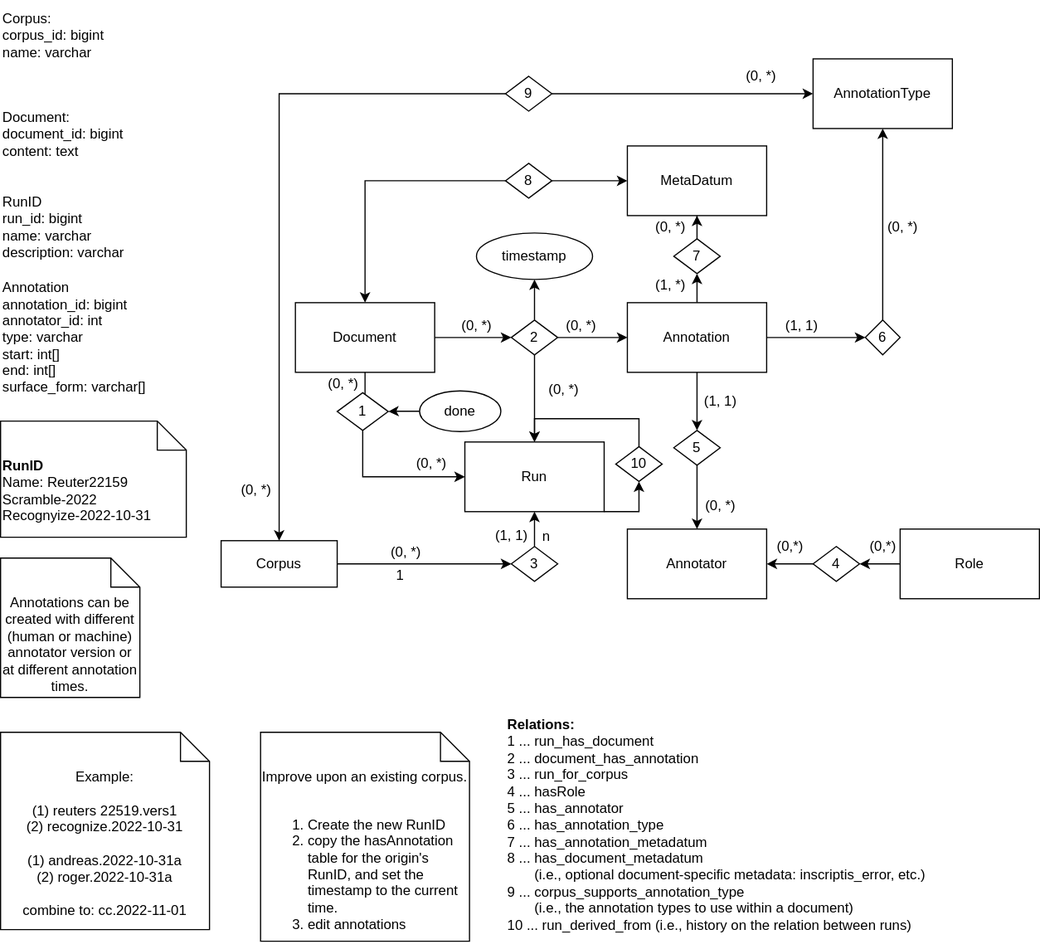
Earlier version of the draw.io export docu/sql/Orbis ER.drawio.svg (orbis-eval/orbis2-backend). Source tidied: cells renumbered, new cells last; positions are measured from the earlier drawing's top-left corner, leaving out a move shared by most shapes.
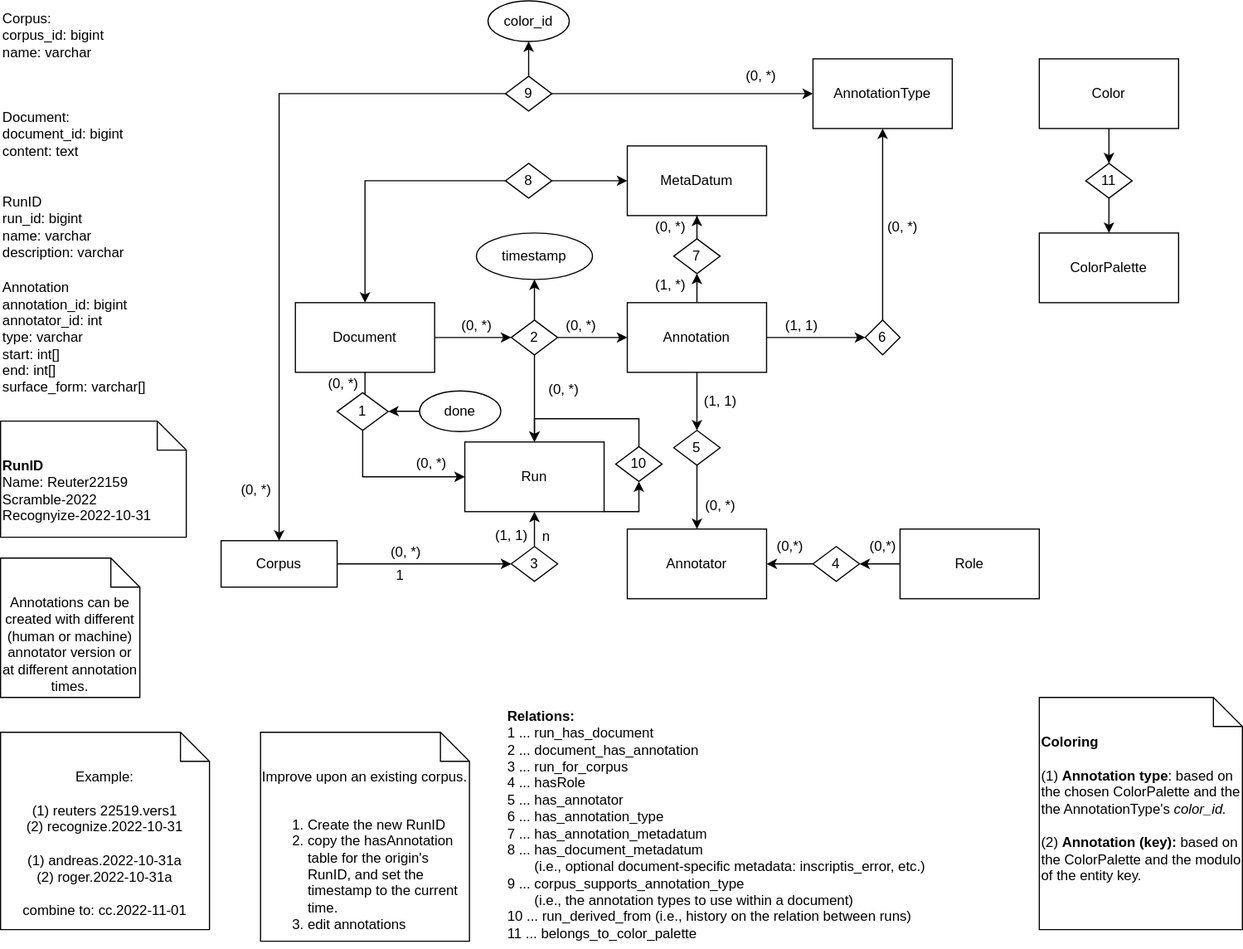
After the change.

Commit message:
wip: support for colors and color palettes

The edit, as a diff of the source:
```diff
@@ -62,8 +62,8 @@
     <mxCell id="21" value="Annotations can be created with different (human or machine) annotator version or at different annotation times." style="shape=note2;boundedLbl=1;whiteSpace=wrap;html=1;size=25;verticalAlign=top;align=center;" parent="1" vertex="1">
       <mxGeometry y="480" width="120" height="120" as="geometry" />
     </mxCell>
-    <mxCell id="22" value="&lt;b&gt;Relations:&lt;/b&gt;&lt;br&gt;1 ... run_has_document&lt;br&gt;2 ... document_has_annotation&lt;br&gt;3 ... run_for_corpus&lt;br&gt;4 ... hasRole&lt;br&gt;5 ... has_annotator&lt;br&gt;6 ... has_annotation_type&lt;br&gt;7 ... has_annotation_metadatum&lt;br&gt;8 ... has_document_metadatum &lt;br&gt;&amp;nbsp; &amp;nbsp; &amp;nbsp; &amp;nbsp;(i.e., optional document-specific metadata: inscriptis_error, etc.)&lt;br&gt;9 ... corpus_supports_annotation_type &lt;br&gt;&amp;nbsp; &amp;nbsp; &amp;nbsp; &amp;nbsp;(i.e., the annotation types to use within a document)&lt;br&gt;10 ... run_derived_from (i.e., history on the relation between runs)" style="text;html=1;align=left;verticalAlign=middle;strokeColor=none;fillColor=none;" parent="1" vertex="1">
-      <mxGeometry x="435" y="610" width="380" height="200" as="geometry" />
+    <mxCell id="22" value="&lt;b&gt;Relations:&lt;/b&gt;&lt;br&gt;1 ... run_has_document&lt;br&gt;2 ... document_has_annotation&lt;br&gt;3 ... run_for_corpus&lt;br&gt;4 ... hasRole&lt;br&gt;5 ... has_annotator&lt;br&gt;6 ... has_annotation_type&lt;br&gt;7 ... has_annotation_metadatum&lt;br&gt;8 ... has_document_metadatum &lt;br&gt;&amp;nbsp; &amp;nbsp; &amp;nbsp; &amp;nbsp;(i.e., optional document-specific metadata: inscriptis_error, etc.)&lt;br&gt;9 ... corpus_supports_annotation_type &lt;br&gt;&amp;nbsp; &amp;nbsp; &amp;nbsp; &amp;nbsp;(i.e., the annotation types to use within a document)&lt;br&gt;10 ... run_derived_from (i.e., history on the relation between runs)&lt;br&gt;11 ... belongs_to_color_palette" style="text;html=1;align=left;verticalAlign=middle;strokeColor=none;fillColor=none;" parent="1" vertex="1">
+      <mxGeometry x="435" y="605" width="380" height="210" as="geometry" />
     </mxCell>
     <mxCell id="23" value="Annotation&lt;br&gt;annotation_id: bigint&lt;br&gt;annotator_id: int&lt;br&gt;type: varchar&lt;br&gt;start: int[]&lt;br&gt;end: int[]&lt;br&gt;surface_form: varchar[]" style="text;html=1;align=left;verticalAlign=middle;strokeColor=none;fillColor=none;" parent="1" vertex="1">
       <mxGeometry y="235" width="150" height="110" as="geometry" />
@@ -146,6 +146,9 @@
     <mxCell id="49" style="edgeStyle=orthogonalEdgeStyle;rounded=0;jettySize=auto;html=1;" parent="1" edge="1" source="50" target="3">
       <mxGeometry relative="1" as="geometry" />
     </mxCell>
+    <mxCell id="74" style="edgeStyle=orthogonalEdgeStyle;rounded=0;jettySize=auto;html=1;exitX=0.5;exitY=0;exitDx=0;exitDy=0;entryX=0.5;entryY=1;entryDx=0;entryDy=0;" parent="1" edge="1" source="50" target="77">
+      <mxGeometry relative="1" as="geometry" />
+    </mxCell>
     <mxCell id="50" value="9" style="rhombus;whiteSpace=wrap;html=1;" parent="1" vertex="1">
       <mxGeometry x="435" y="65" width="40" height="30" as="geometry" />
     </mxCell>
@@ -223,5 +226,26 @@
     <mxCell id="73" value="10" style="rhombus;whiteSpace=wrap;html=1;" parent="1" vertex="1">
       <mxGeometry x="530" y="384" width="40" height="30" as="geometry" />
     </mxCell>
+    <mxCell id="75" style="edgeStyle=orthogonalEdgeStyle;rounded=0;jettySize=auto;html=1;" parent="1" edge="1" source="76" target="80">
+      <mxGeometry relative="1" as="geometry" />
+    </mxCell>
+    <mxCell id="76" value="Color" style="whiteSpace=wrap;html=1;" parent="1" vertex="1">
+      <mxGeometry x="895" y="50" width="120" height="60" as="geometry" />
+    </mxCell>
+    <mxCell id="77" value="color_id" style="ellipse;whiteSpace=wrap;html=1;" parent="1" vertex="1">
+      <mxGeometry x="420" width="70" height="35" as="geometry" />
+    </mxCell>
+    <mxCell id="78" value="ColorPalette" style="whiteSpace=wrap;html=1;" parent="1" vertex="1">
+      <mxGeometry x="895" y="200" width="120" height="60" as="geometry" />
+    </mxCell>
+    <mxCell id="79" style="edgeStyle=orthogonalEdgeStyle;rounded=0;jettySize=auto;html=1;" parent="1" edge="1" source="80" target="78">
+      <mxGeometry relative="1" as="geometry" />
+    </mxCell>
+    <mxCell id="80" value="11" style="rhombus;whiteSpace=wrap;html=1;" parent="1" vertex="1">
+      <mxGeometry x="935" y="140" width="40" height="30" as="geometry" />
+    </mxCell>
+    <mxCell id="81" value="&lt;div style=&quot;&quot;&gt;&lt;b style=&quot;background-color: initial;&quot;&gt;Coloring&lt;/b&gt;&lt;/div&gt;&lt;div style=&quot;&quot;&gt;&lt;span style=&quot;background-color: initial;&quot;&gt;&lt;br&gt;&lt;/span&gt;&lt;/div&gt;&lt;div style=&quot;&quot;&gt;&lt;span style=&quot;background-color: initial;&quot;&gt;(1)&amp;nbsp;&lt;b&gt;Annotation type&lt;/b&gt;:&amp;nbsp;&lt;/span&gt;&lt;span style=&quot;background-color: initial;&quot;&gt;based on the chosen ColorPalette and the the AnnotationType's &lt;i&gt;color_id.&lt;/i&gt;&lt;/span&gt;&lt;/div&gt;&lt;div style=&quot;&quot;&gt;&lt;span style=&quot;background-color: initial;&quot;&gt;&lt;br&gt;&lt;/span&gt;&lt;/div&gt;&lt;div style=&quot;&quot;&gt;&lt;span style=&quot;background-color: initial;&quot;&gt;(2) &lt;b&gt;Annotation (key): &lt;/b&gt;based on the ColorPalette and the modulo of the entity key.&lt;/span&gt;&lt;/div&gt;" style="shape=note2;boundedLbl=1;whiteSpace=wrap;html=1;size=25;verticalAlign=top;align=left;" parent="1" vertex="1">
+      <mxGeometry x="895" y="600" width="175" height="200" as="geometry" />
+    </mxCell>
   </root>
 </mxGraphModel>
```
